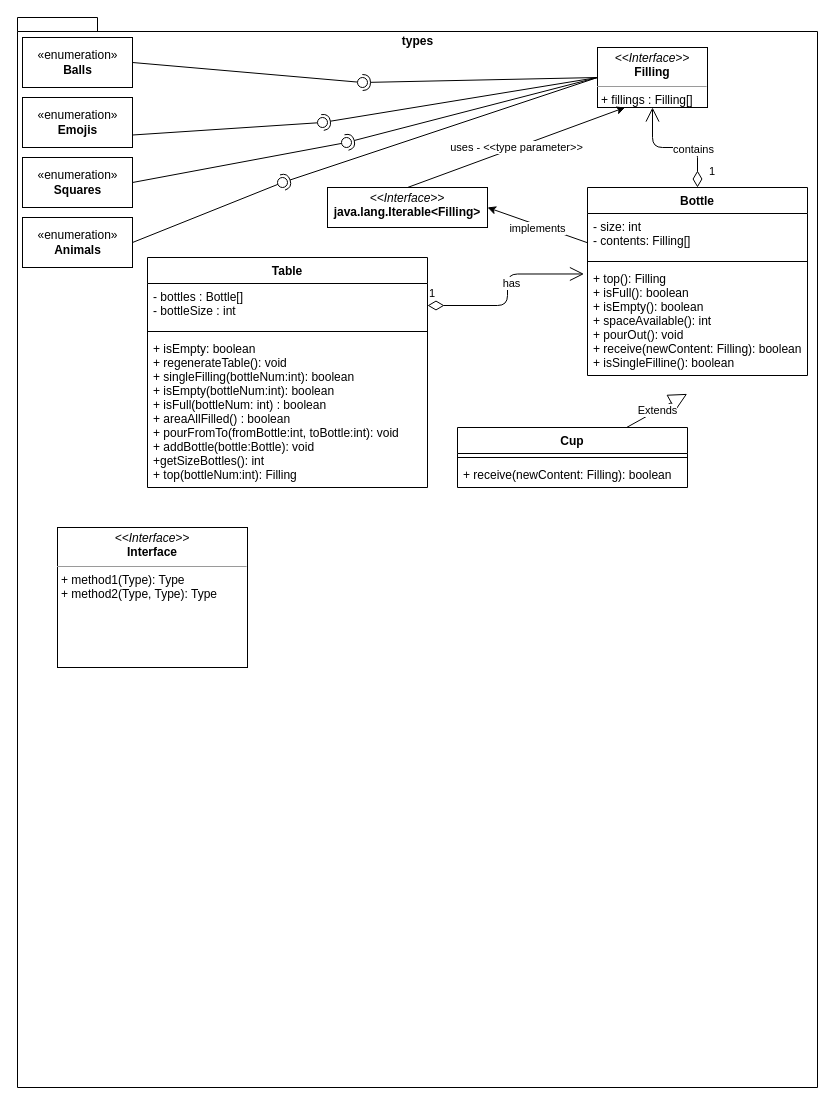
This is classdiagram.drawio from locoop11/projeto_PCO, a draw.io file, before an edit. Source tidied: cells renumbered, new cells numbered last; positions are measured from the earlier drawing's top-left corner, leaving out a move shared by most shapes. Both pictures are drawn from the tidied source at 100%, with x=0, y=0 at pixel (17, 17).
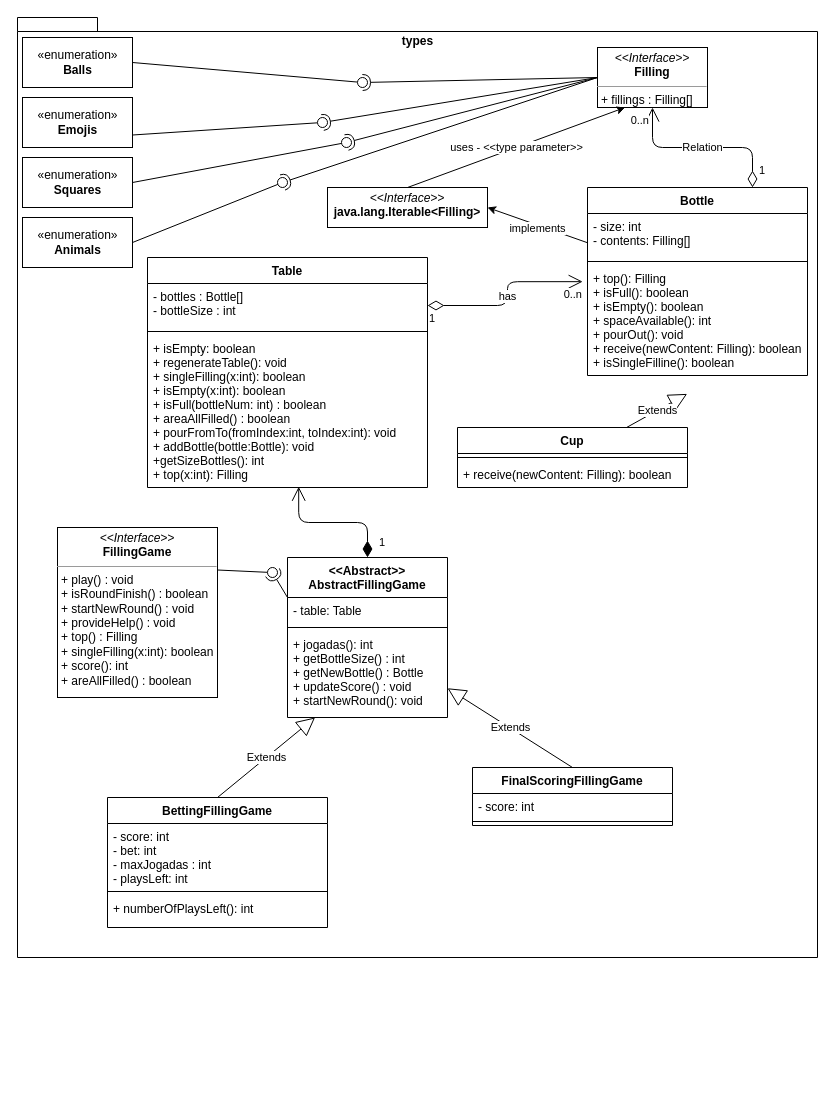
After the change.

The change refers to these unchanged cells:
```xml
<mxCell id="5" value="Bottle" style="swimlane;fontStyle=1;align=center;verticalAlign=top;horizontal=1;startSize=26;" parent="1" vertex="1">
  <mxGeometry x="570" y="170" width="220" height="188" as="geometry" />
</mxCell>
<mxCell id="8" value="+ top(): Filling&#10;+ isFull(): boolean&#10;+ isEmpty(): boolean&#10;+ spaceAvailable(): int&#10;+ pourOut(): void&#10;+ receive(newContent: Filling): boolean&#10;+ isSingleFilline(): boolean" style="text;strokeColor=none;fillColor=none;align=left;verticalAlign=top;spacingLeft=4;spacingRight=4;overflow=hidden;points=[[0,0.5],[1,0.5]];portConstraint=eastwest;" parent="5" vertex="1">
  <mxGeometry y="78" width="220" height="110" as="geometry" />
</mxCell>
<mxCell id="9" value="&lt;p style=&quot;margin:0px;margin-top:4px;text-align:center;&quot;&gt;&lt;i&gt;&amp;lt;&amp;lt;Interface&amp;gt;&amp;gt;&lt;/i&gt;&lt;br&gt;&lt;b&gt;Filling&lt;/b&gt;&lt;/p&gt;&lt;hr size=&quot;1&quot;&gt;&lt;p style=&quot;margin:0px;margin-left:4px;&quot;&gt;+ fillings&lt;span style=&quot;background-color: initial;&quot;&gt;&amp;nbsp;: Filling[]&lt;/span&gt;&lt;br&gt;&lt;/p&gt;" style="verticalAlign=top;align=left;overflow=fill;fontSize=12;fontFamily=Helvetica;html=1;" parent="1" vertex="1">
  <mxGeometry x="580" y="30" width="110" height="60" as="geometry" />
</mxCell>
<mxCell id="32" value="Table" style="swimlane;fontStyle=1;align=center;verticalAlign=top;horizontal=1;startSize=26;" parent="1" vertex="1">
  <mxGeometry x="130" y="240" width="280" height="230" as="geometry" />
</mxCell>
<mxCell id="33" value="- bottles : Bottle[]&#10;- bottleSize : int" style="text;strokeColor=none;fillColor=none;align=left;verticalAlign=top;spacingLeft=4;spacingRight=4;overflow=hidden;points=[[0,0.5],[1,0.5]];portConstraint=eastwest;" parent="32" vertex="1">
  <mxGeometry y="26" width="280" height="44" as="geometry" />
</mxCell>
```

What changed in the source:
```diff
@@
     <mxCell id="2" value="types" style="shape=folder;fontStyle=1;spacingTop=10;tabWidth=40;tabHeight=14;tabPosition=left;html=1;align=center;horizontal=1;verticalAlign=top;" parent="1" vertex="1">
-      <mxGeometry width="800" height="1070" as="geometry" />
+      <mxGeometry width="800" height="940" as="geometry" />
     </mxCell>
@@
-    <mxCell id="35" value="+ isEmpty: boolean&#10;+ regenerateTable(): void&#10;+ singleFilling(bottleNum:int): boolean&#10;+ isEmpty(bottleNum:int): boolean&#10;+ isFull(bottleNum: int) : boolean&#10;+ areaAllFilled() : boolean&#10;+ pourFromTo(fromBottle:int, toBottle:int): void&#10;+ addBottle(bottle:Bottle): void&#10;+getSizeBottles(): int&#10;+ top(bottleNum:int): Filling" style="text;strokeColor=none;fillColor=none;align=left;verticalAlign=top;spacingLeft=4;spacingRight=4;overflow=hidden;points=[[0,0.5],[1,0.5]];portConstraint=eastwest;" parent="32" vertex="1">
+    <mxCell id="35" value="+ isEmpty: boolean&#10;+ regenerateTable(): void&#10;+ singleFilling(x:int): boolean&#10;+ isEmpty(x:int): boolean&#10;+ isFull(bottleNum: int) : boolean&#10;+ areaAllFilled() : boolean&#10;+ pourFromTo(fromIndex:int, toIndex:int): void&#10;+ addBottle(bottle:Bottle): void&#10;+getSizeBottles(): int&#10;+ top(x:int): Filling" style="text;strokeColor=none;fillColor=none;align=left;verticalAlign=top;spacingLeft=4;spacingRight=4;overflow=hidden;points=[[0,0.5],[1,0.5]];portConstraint=eastwest;" parent="32" vertex="1">
       <mxGeometry y="78" width="280" height="152" as="geometry" />
     </mxCell>
-    <mxCell id="36" value="1" style="endArrow=open;html=1;endSize=12;startArrow=diamondThin;startSize=14;startFill=0;edgeStyle=orthogonalEdgeStyle;align=left;verticalAlign=bottom;exitX=1;exitY=0.5;exitDx=0;exitDy=0;entryX=-0.016;entryY=0.077;entryDx=0;entryDy=0;entryPerimeter=0;" parent="1" edge="1" source="33" target="8">
-      <mxGeometry x="-1" y="3" relative="1" as="geometry" />
-    </mxCell>
+    <mxCell id="40" value="&lt;p style=&quot;margin:0px;margin-top:4px;text-align:center;&quot;&gt;&lt;i&gt;&amp;lt;&amp;lt;Interface&amp;gt;&amp;gt;&lt;/i&gt;&lt;br&gt;&lt;b&gt;FillingGame&lt;/b&gt;&lt;/p&gt;&lt;hr size=&quot;1&quot;&gt;&lt;p style=&quot;margin:0px;margin-left:4px;&quot;&gt;+ play() : void&lt;br&gt;+ isRoundFinish() : boolean&lt;/p&gt;&lt;p style=&quot;margin:0px;margin-left:4px;&quot;&gt;+ startNewRound() : void&lt;/p&gt;&lt;p style=&quot;margin:0px;margin-left:4px;&quot;&gt;+ provideHelp() : void&lt;/p&gt;&lt;p style=&quot;margin:0px;margin-left:4px;&quot;&gt;+ top() : Filling&lt;/p&gt;&lt;p style=&quot;margin:0px;margin-left:4px;&quot;&gt;+ singleFilling(x:int): boolean&lt;/p&gt;&lt;p style=&quot;margin:0px;margin-left:4px;&quot;&gt;+ score(): int&lt;/p&gt;&lt;p style=&quot;margin:0px;margin-left:4px;&quot;&gt;+ areAllFilled() : boolean&lt;/p&gt;" style="verticalAlign=top;align=left;overflow=fill;fontSize=12;fontFamily=Helvetica;html=1;" parent="1" vertex="1">
+      <mxGeometry x="40" y="510" width="160" height="170" as="geometry" />
+    </mxCell>
+    <mxCell id="41" value="&lt;&lt;Abstract&gt;&gt;&#10;AbstractFillingGame" style="swimlane;fontStyle=1;align=center;verticalAlign=top;horizontal=1;startSize=40;" parent="1" vertex="1">
+      <mxGeometry x="270" y="540" width="160" height="160" as="geometry" />
+    </mxCell>
+    <mxCell id="42" value="- table: Table" style="text;strokeColor=none;fillColor=none;align=left;verticalAlign=top;spacingLeft=4;spacingRight=4;overflow=hidden;" parent="41" vertex="1">
+      <mxGeometry y="40" width="160" height="26" as="geometry" />
+    </mxCell>
+    <mxCell id="43" style="line;strokeWidth=1;fillColor=none;align=left;verticalAlign=middle;spacingTop=-1;spacingLeft=3;spacingRight=3;labelPosition=right;strokeColor=inherit;" parent="41" vertex="1">
+      <mxGeometry y="66" width="160" height="8" as="geometry" />
+    </mxCell>
+    <mxCell id="44" value="+ jogadas(): int&#10;+ getBottleSize() : int&#10;+ getNewBottle() : Bottle&#10;+ updateScore() : void&#10;+ startNewRound(): void" style="text;strokeColor=none;fillColor=none;align=left;verticalAlign=top;spacingLeft=4;spacingRight=4;overflow=hidden;points=[[0,0.5],[1,0.5]];portConstraint=eastwest;" parent="41" vertex="1">
+      <mxGeometry y="74" width="160" height="86" as="geometry" />
+    </mxCell>
+    <mxCell id="45" style="rounded=0;jettySize=auto;html=1;endArrow=none;endFill=0;sketch=0;sourcePerimeterSpacing=0;targetPerimeterSpacing=0;exitX=1;exitY=0.25;exitDx=0;exitDy=0;" parent="1" edge="1" source="40" target="47">
+      <mxGeometry relative="1" as="geometry" />
+    </mxCell>
+    <mxCell id="46" style="rounded=0;jettySize=auto;html=1;endArrow=halfCircle;endFill=0;entryX=0.5;entryY=0.5;endSize=6;strokeWidth=1;sketch=0;exitX=0;exitY=0.25;exitDx=0;exitDy=0;" parent="1" edge="1" source="41" target="47">
+      <mxGeometry relative="1" as="geometry" />
+    </mxCell>
+    <mxCell id="47" style="ellipse;whiteSpace=wrap;html=1;align=center;points=[];outlineConnect=0;sketch=0;" parent="1" vertex="1">
+      <mxGeometry x="250" y="550" width="10" height="10" as="geometry" />
+    </mxCell>
-    <mxCell id="37" value="has" style="edgeLabel;html=1;align=center;verticalAlign=middle;" parent="36" vertex="1">
-      <mxGeometry x="0.1" y="-3" relative="1" as="geometry" />
+    <mxCell id="37" value="has" style="endArrow=open;html=1;endSize=12;startArrow=diamondThin;startSize=14;startFill=0;edgeStyle=orthogonalEdgeStyle;exitX=1;exitY=0.5;exitDx=0;exitDy=0;entryX=-0.022;entryY=0.147;entryDx=0;entryDy=0;entryPerimeter=0;" parent="1" edge="1" source="33" target="8">
+      <mxGeometry relative="1" as="geometry" />
     </mxCell>
+    <mxCell id="48" value="1" style="edgeLabel;html=1;align=left;verticalAlign=top;" parent="37" vertex="1">
+      <mxGeometry x="-1" relative="1" as="geometry" />
+    </mxCell>
+    <mxCell id="49" value="0..n" style="edgeLabel;html=1;align=right;verticalAlign=top;" parent="37" vertex="1">
+      <mxGeometry x="1" relative="1" as="geometry" />
+    </mxCell>
-    <mxCell id="38" value="1" style="endArrow=open;html=1;endSize=12;startArrow=diamondThin;startSize=14;startFill=0;edgeStyle=orthogonalEdgeStyle;align=left;verticalAlign=bottom;exitX=0.5;exitY=0;exitDx=0;exitDy=0;entryX=0.5;entryY=1;entryDx=0;entryDy=0;" parent="1" edge="1" source="5" target="9">
-      <mxGeometry x="-0.89" y="-10" relative="1" as="geometry" />
+    <mxCell id="38" value="Relation" style="endArrow=open;html=1;endSize=12;startArrow=diamondThin;startSize=14;startFill=0;edgeStyle=orthogonalEdgeStyle;exitX=0.75;exitY=0;exitDx=0;exitDy=0;" parent="1" edge="1" source="5" target="9">
+      <mxGeometry relative="1" as="geometry" />
     </mxCell>
-    <mxCell id="39" value="contains" style="edgeLabel;html=1;align=center;verticalAlign=middle;" parent="38" vertex="1">
-      <mxGeometry x="-0.28" y="1" relative="1" as="geometry" />
-    </mxCell>
-    <mxCell id="40" value="&lt;p style=&quot;margin:0px;margin-top:4px;text-align:center;&quot;&gt;&lt;i&gt;&amp;lt;&amp;lt;Interface&amp;gt;&amp;gt;&lt;/i&gt;&lt;br&gt;&lt;b&gt;Interface&lt;/b&gt;&lt;/p&gt;&lt;hr size=&quot;1&quot;&gt;&lt;p style=&quot;margin:0px;margin-left:4px;&quot;&gt;+ method1(Type): Type&lt;br&gt;+ method2(Type, Type): Type&lt;/p&gt;" style="verticalAlign=top;align=left;overflow=fill;fontSize=12;fontFamily=Helvetica;html=1;" parent="1" vertex="1">
-      <mxGeometry x="40" y="510" width="190" height="140" as="geometry" />
-    </mxCell>
+    <mxCell id="50" value="1" style="edgeLabel;html=1;align=left;verticalAlign=top;" parent="38" vertex="1">
+      <mxGeometry x="-1" relative="1" as="geometry">
+        <mxPoint x="5" y="-30" as="offset" />
+      </mxGeometry>
+    </mxCell>
+    <mxCell id="51" value="0..n" style="edgeLabel;html=1;align=right;verticalAlign=top;" parent="38" vertex="1">
+      <mxGeometry x="1" relative="1" as="geometry">
+        <mxPoint x="-3" as="offset" />
+      </mxGeometry>
+    </mxCell>
+    <mxCell id="52" value="1" style="endArrow=open;html=1;endSize=12;startArrow=diamondThin;startSize=14;startFill=1;edgeStyle=orthogonalEdgeStyle;align=left;verticalAlign=bottom;entryX=0.54;entryY=0.995;entryDx=0;entryDy=0;entryPerimeter=0;exitX=0.5;exitY=0;exitDx=0;exitDy=0;" parent="1" edge="1" source="41" target="35">
+      <mxGeometry x="-0.92" y="-10" relative="1" as="geometry" />
+    </mxCell>
+    <mxCell id="53" value="Extends" style="endArrow=block;endSize=16;endFill=0;html=1;exitX=0.5;exitY=0;exitDx=0;exitDy=0;" parent="1" edge="1" source="54" target="41">
+      <mxGeometry relative="1" as="geometry" />
+    </mxCell>
+    <mxCell id="54" value="FinalScoringFillingGame" style="swimlane;fontStyle=1;align=center;verticalAlign=top;horizontal=1;startSize=26;" parent="1" vertex="1">
+      <mxGeometry x="455" y="750" width="200" height="58" as="geometry" />
+    </mxCell>
+    <mxCell id="55" value="- score: int" style="text;strokeColor=none;fillColor=none;align=left;verticalAlign=top;spacingLeft=4;spacingRight=4;overflow=hidden;" parent="54" vertex="1">
+      <mxGeometry y="26" width="200" height="24" as="geometry" />
+    </mxCell>
+    <mxCell id="56" style="line;strokeWidth=1;fillColor=none;align=left;verticalAlign=middle;spacingTop=-1;spacingLeft=3;spacingRight=3;labelPosition=right;strokeColor=inherit;" parent="54" vertex="1">
+      <mxGeometry y="50" width="200" height="8" as="geometry" />
+    </mxCell>
+    <mxCell id="57" value="BettingFillingGame" style="swimlane;fontStyle=1;align=center;verticalAlign=top;horizontal=1;startSize=26;" parent="1" vertex="1">
+      <mxGeometry x="90" y="780" width="220" height="130" as="geometry" />
+    </mxCell>
+    <mxCell id="58" value="- score: int&#10;- bet: int&#10;- maxJogadas : int&#10;- playsLeft: int" style="text;strokeColor=none;fillColor=none;align=left;verticalAlign=top;spacingLeft=4;spacingRight=4;overflow=hidden;" parent="57" vertex="1">
+      <mxGeometry y="26" width="220" height="64" as="geometry" />
+    </mxCell>
+    <mxCell id="59" style="line;strokeWidth=1;fillColor=none;align=left;verticalAlign=middle;spacingTop=-1;spacingLeft=3;spacingRight=3;labelPosition=right;strokeColor=inherit;" parent="57" vertex="1">
+      <mxGeometry y="90" width="220" height="8" as="geometry" />
+    </mxCell>
+    <mxCell id="60" value="+ numberOfPlaysLeft(): int" style="text;strokeColor=none;fillColor=none;align=left;verticalAlign=top;spacingLeft=4;spacingRight=4;overflow=hidden;" parent="57" vertex="1">
+      <mxGeometry y="98" width="220" height="32" as="geometry" />
+    </mxCell>
+    <mxCell id="61" value="Extends" style="endArrow=block;endSize=16;endFill=0;html=1;exitX=0.5;exitY=0;exitDx=0;exitDy=0;" parent="1" edge="1" source="57" target="44">
+      <mxGeometry relative="1" as="geometry" />
+    </mxCell>
```
